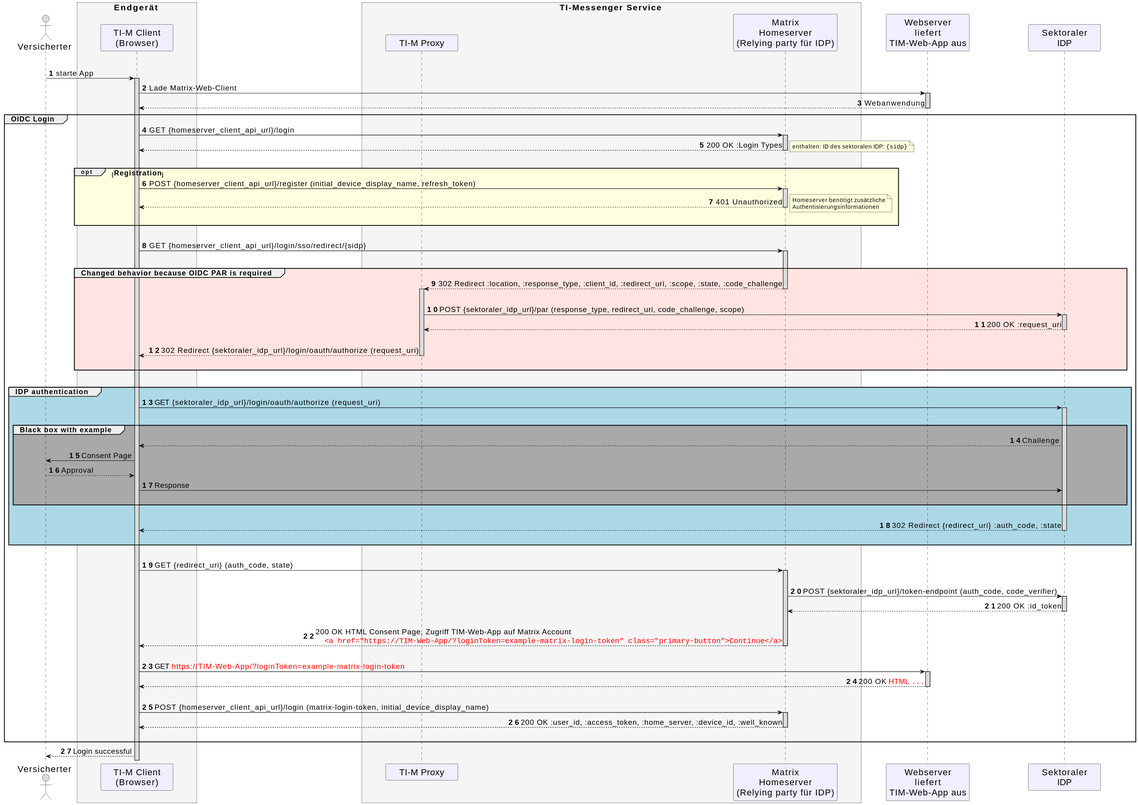
Earlier version of the PlantUML export images/diagrams/TI-M_ePA/TI-Messenger_OIDC_Login.svg (gematik/api-ti-messenger).
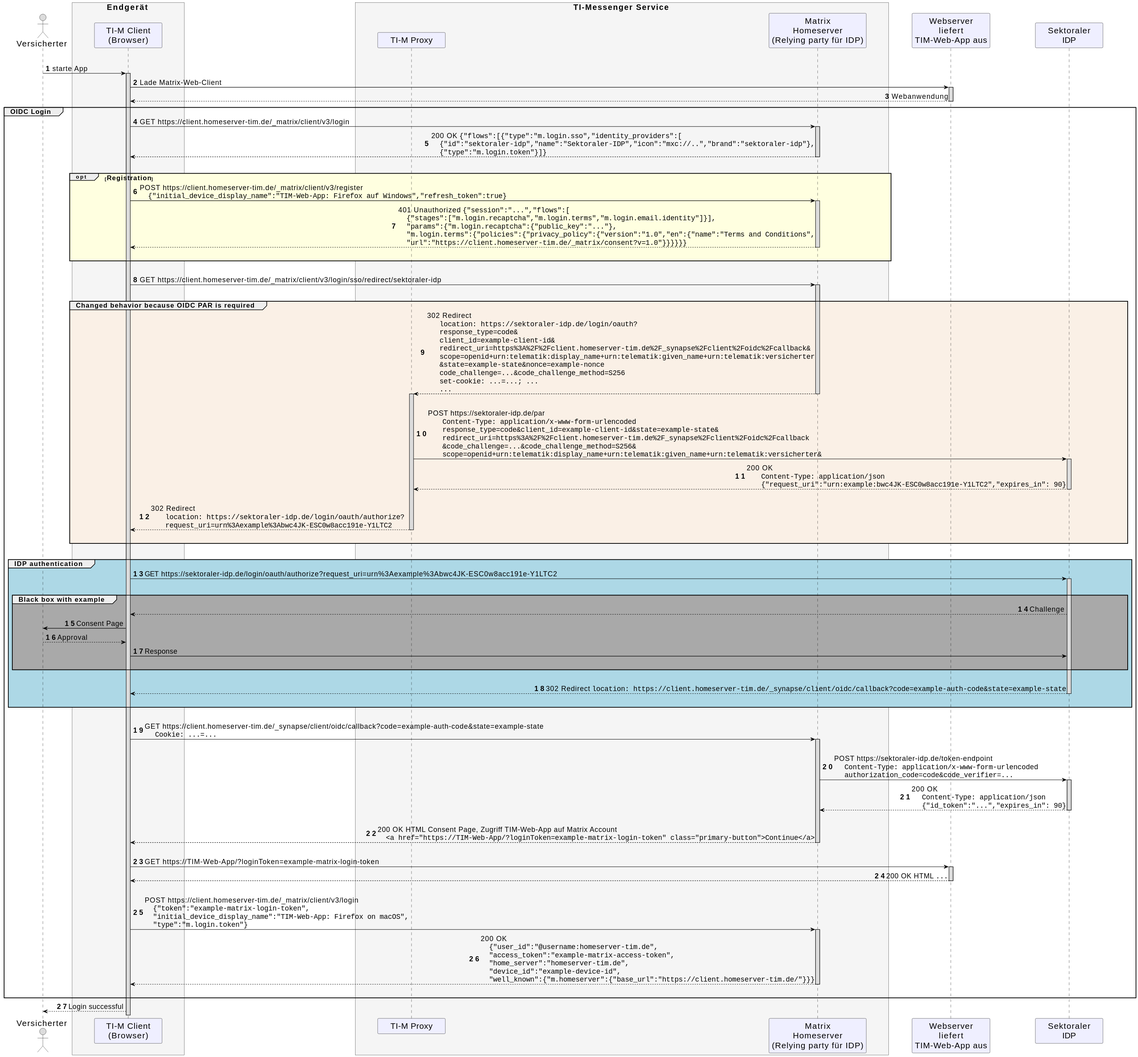
Later version of the same file.

What changed in the source:
```diff
@@ -48,36 +48,31 @@
   activate mc
   mc --> app --: Webanwendung
   group <size:16>OIDC Login</size>
-    app -> hs ++: GET {homeserver_client_api_url}/login
-    hs --> app --: 200 OK :Login Types
-    note right
-    enthalten: ID des sektoralen IDP: ""{sidp}""
-    end note
+    app -> hs ++: GET https://client.homeserver-tim.de/_matrix/client/v3/login
+    hs --> app --: 200 OK ""{"flows":[{"type":"m.login.sso","identity_providers":[""\n    ""{"id":"sektoraler-idp","name":"Sektoraler-IDP","icon":"mxc://..","brand":"sektoraler-idp"},""\n    ""{"type":"m.login.token"}]}""
     |||
     opt #LightYellow <size:16>Registration</size>
-    app -> hs ++: POST {homeserver_client_api_url}/register (initial_device_display_name, refresh_token)
-    hs --> app --: 401 Unauthorized
-    note right
-    Homeserver benötigt zusätzliche Authentisierungsinformationen
-    end note
+    app -> hs ++: POST https://client.homeserver-tim.de/_matrix/client/v3/register\n    ""{"initial_device_display_name":"TIM-Web-App: Firefox auf Windows","refresh_token":true}""
+    hs --> app --: 401 Unauthorized ""{"session":"...","flows":[""\n    ""{"stages":["m.login.recaptcha","m.login.terms","m.login.email.identity"]}],""\n    """params":{"m.login.recaptcha":{"public_key":"..."},""\n    """m.login.terms":{"policies":{"privacy_policy":{"version":"1.0","en":{"name":"Terms and Conditions",""\n    """url":"https://client.homeserver-tim.de/_matrix/consent?v=1.0"}}}}}}""
     |||
     end 'opt
     |||
-    app -> hs++: GET {homeserver_client_api_url}/login/sso/redirect/{sidp}
+    app -> hs++: GET https://client.homeserver-tim.de/_matrix/client/v3/login/sso/redirect/sektoraler-idp
     |||
-    group #MistyRose <size:16>Changed behavior because OIDC PAR is required</size>
-      hs --> pr --++: 302 Redirect :location, :response_type, :client_id, :redirect_uri, :scope, :state, :code_challenge
+    group #Linen <size:16>Changed behavior because OIDC PAR is required</size>
+      hs --> pr --++: 302 Redirect\n      ""location: https://sektoraler-idp.de/login/oauth?""\n      ""response_type=code&""\n      ""client_id=example-client-id&""\n      ""redirect_uri=https%3A%2F%2Fclient.homeserver-tim.de%2F_synapse%2Fclient%2Foidc%2Fcallback&""\n      ""scope=openid+urn:telematik:display_name+urn:telematik:given_name+urn:telematik:versicherter""\n      ""&state=example-state&nonce=example-nonce""\n      ""code_challenge=...&code_challenge_method=S256""\n      ""set-cookie: ...=...; ...""\n      ""...""
+
       |||
-      pr -> idp ++: POST {sektoraler_idp_url}/par (response_type, redirect_uri, code_challenge, scope)
+      pr -> idp ++: POST https://sektoraler-idp.de/par\n       ""Content-Type: application/x-www-form-urlencoded""\n       ""response_type=code&client_id=example-client-id&state=example-state&""\n       ""redirect_uri=https%3A%2F%2Fclient.homeserver-tim.de%2F_synapse%2Fclient%2Foidc%2Fcallback""\n       ""&code_challenge=...&code_challenge_method=S256&""\n       ""scope=openid+urn:telematik:display_name+urn:telematik:given_name+urn:telematik:versicherter&""
 
-      idp --> pr --: 200 OK :request_uri
+      idp --> pr --: 200 OK\n       ""Content-Type: application/json""\n       ""{"request_uri":"urn:example:bwc4JK-ESC0w8acc191e-Y1LTC2","expires_in": 90}""
       |||
-      pr --> app --: 302 Redirect {sektoraler_idp_url}/login/oauth/authorize (request_uri)
+      pr --> app --: 302 Redirect\n       ""location: https://sektoraler-idp.de/login/oauth/authorize? ""\n       ""request_uri=urn%3Aexample%3Abwc4JK-ESC0w8acc191e-Y1LTC2""
       |||
     end 'group
     |||
     group #LightBlue <size:16>IDP authentication</size>
-      app -> idp ++: GET	{sektoraler_idp_url}/login/oauth/authorize (request_uri)
+      app -> idp ++: GET	https://sektoraler-idp.de/login/oauth/authorize?request_uri=urn%3Aexample%3Abwc4JK-ESC0w8acc191e-Y1LTC2
       |||
       group #DarkGray <size:16>Black box with example</size>
         idp --> app: Challenge
@@ -88,28 +83,22 @@
       |||
       end 'group
       |||
-      idp --> app --: 302 Redirect {redirect_uri} :auth_code, :state
+      idp --> app --: 302 Redirect ""location: https://client.homeserver-tim.de/_synapse/client/oidc/callback?code=example-auth-code&state=example-state""
       |||
     end 'group
     |||
-    app -> hs ++: GET {redirect_uri} (auth_code, state)
+    app -> hs ++: GET https://client.homeserver-tim.de/_synapse/client/oidc/callback?code=example-auth-code&state=example-state\n     ""Cookie: ...=...""
     |||
-    hs -> idp ++: POST {sektoraler_idp_url}/token-endpoint (auth_code, code_verifier)
-    idp --> hs --: 200 OK :id_token
+    hs -> idp ++: POST https://sektoraler-idp.de/token-endpoint\n     ""Content-Type: application/x-www-form-urlencoded""\n     ""authorization_code=code&code_verifier=...""
+    idp --> hs --: 200 OK\n     ""Content-Type: application/json""\n     ""{"id_token":"...","expires_in": 90}""
     |||
-
-    hs --> app --: 200 OK HTML Consent Page, Zugriff TIM-Web-App auf Matrix Account\n    <font color=red>""<a href="https://TIM-Web-App/?loginToken=example-matrix-login-token" class="primary-button">Continue</a>""</font>
-
-
+    hs --> app --: 200 OK HTML Consent Page, Zugriff TIM-Web-App auf Matrix Account\n    ""<a href="https://TIM-Web-App/?loginToken=example-matrix-login-token" class="primary-button">Continue</a>""
     |||
-    app -> mc ++: GET <font color=red>https://TIM-Web-App/?loginToken=example-matrix-login-token</font>
-    mc --> app--: 200 OK <font color=red>HTML ""...""</font>
+    app -> mc ++: GET https://TIM-Web-App/?loginToken=example-matrix-login-token
+    mc --> app--: 200 OK HTML ""...""
     |||
-
-    app -> hs ++: POST {homeserver_client_api_url}/login (matrix-login-token, initial_device_display_name)
-
-    hs --> app --: 200 OK :user_id, :access_token, :home_server, :device_id, :well_known
-
+    app -> hs ++: POST https://client.homeserver-tim.de/_matrix/client/v3/login\n    ""{"token":"example-matrix-login-token",""\n    """initial_device_display_name":"TIM-Web-App: Firefox on macOS",""\n    """type":"m.login.token"}""
+    hs --> app --: 200 OK\n    ""{"user_id":"@username:homeserver-tim.de",""\n    """access_token":"example-matrix-access-token",""\n    """home_server":"homeserver-tim.de",""\n    """device_id":"example-device-id",""\n    """well_known":{"m.homeserver":{"base_url":"https://client.homeserver-tim.de/"}}}""
     |||
   end 'group
   app --> us: Login successful
```
